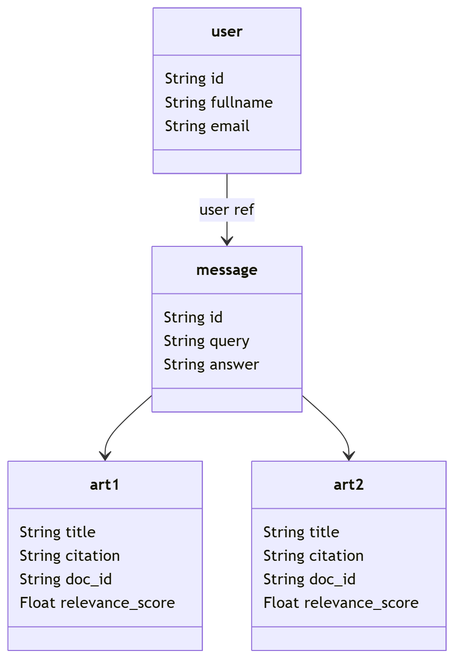
Before: docs/mermaid/outputs/object_diagram.png, a diagram exported from Mermaid (ronishg27/Explainable-Constitutional-IR-and-Assistance-System). Its source is kept beside it as docs/mermaid/inputs/object_diagram.mmd. Its diagram source:
```mermaid
classDiagram
    direction TB
    class user {
        String id
        String fullname
        String email
    }
    class message {
        String id
        String query
        String answer
    }
    class art1 {
        String title
        String citation
        String doc_id
        Float relevance_score
    }
    class art2 {
        String title
        String citation
        String doc_id
        Float relevance_score
    }
    user --> message : user ref
    message --> art1
    message --> art2
```
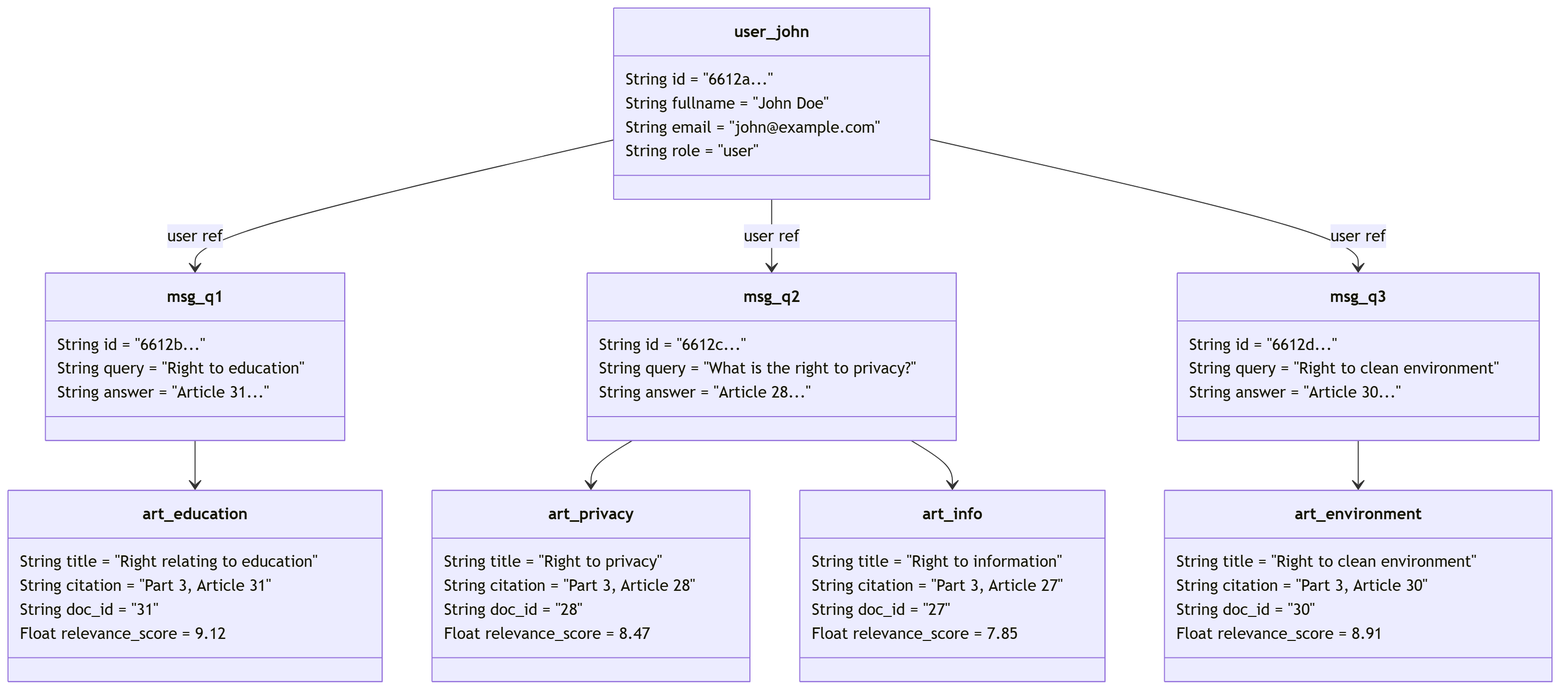
After the change.

The edit, as a diff of the source:
```diff
@@ -1,27 +1,63 @@
 classDiagram
     direction TB
-    class user {
-        String id
-        String fullname
-        String email
+
+    class user_john {
+        String id = "6612a..."
+        String fullname = "John Doe"
+        String email = "john@example.com"
+        String role = "user"
     }
-    class message {
-        String id
-        String query
-        String answer
+
+    class msg_q1 {
+        String id = "6612b..."
+        String query = "Right to education"
+        String answer = "Article 31..."
     }
-    class art1 {
-        String title
-        String citation
-        String doc_id
-        Float relevance_score
+
+    class msg_q2 {
+        String id = "6612c..."
+        String query = "What is the right to privacy?"
+        String answer = "Article 28..."
     }
-    class art2 {
-        String title
-        String citation
-        String doc_id
-        Float relevance_score
+
+    class msg_q3 {
+        String id = "6612d..."
+        String query = "Right to clean environment"
+        String answer = "Article 30..."
     }
-    user --> message : user ref
-    message --> art1
-    message --> art2
+
+    class art_privacy {
+        String title = "Right to privacy"
+        String citation = "Part 3, Article 28"
+        String doc_id = "28"
+        Float relevance_score = 8.47
+    }
+
+    class art_education {
+        String title = "Right relating to education"
+        String citation = "Part 3, Article 31"
+        String doc_id = "31"
+        Float relevance_score = 9.12
+    }
+
+    class art_info {
+        String title = "Right to information"
+        String citation = "Part 3, Article 27"
+        String doc_id = "27"
+        Float relevance_score = 7.85
+    }
+
+    class art_environment {
+        String title = "Right to clean environment"
+        String citation = "Part 3, Article 30"
+        String doc_id = "30"
+        Float relevance_score = 8.91
+    }
+
+    user_john --> msg_q1 : user ref
+    user_john --> msg_q2 : user ref
+    user_john --> msg_q3 : user ref
+    msg_q1 --> art_education
+    msg_q2 --> art_privacy
+    msg_q2 --> art_info
+    msg_q3 --> art_environment
```
